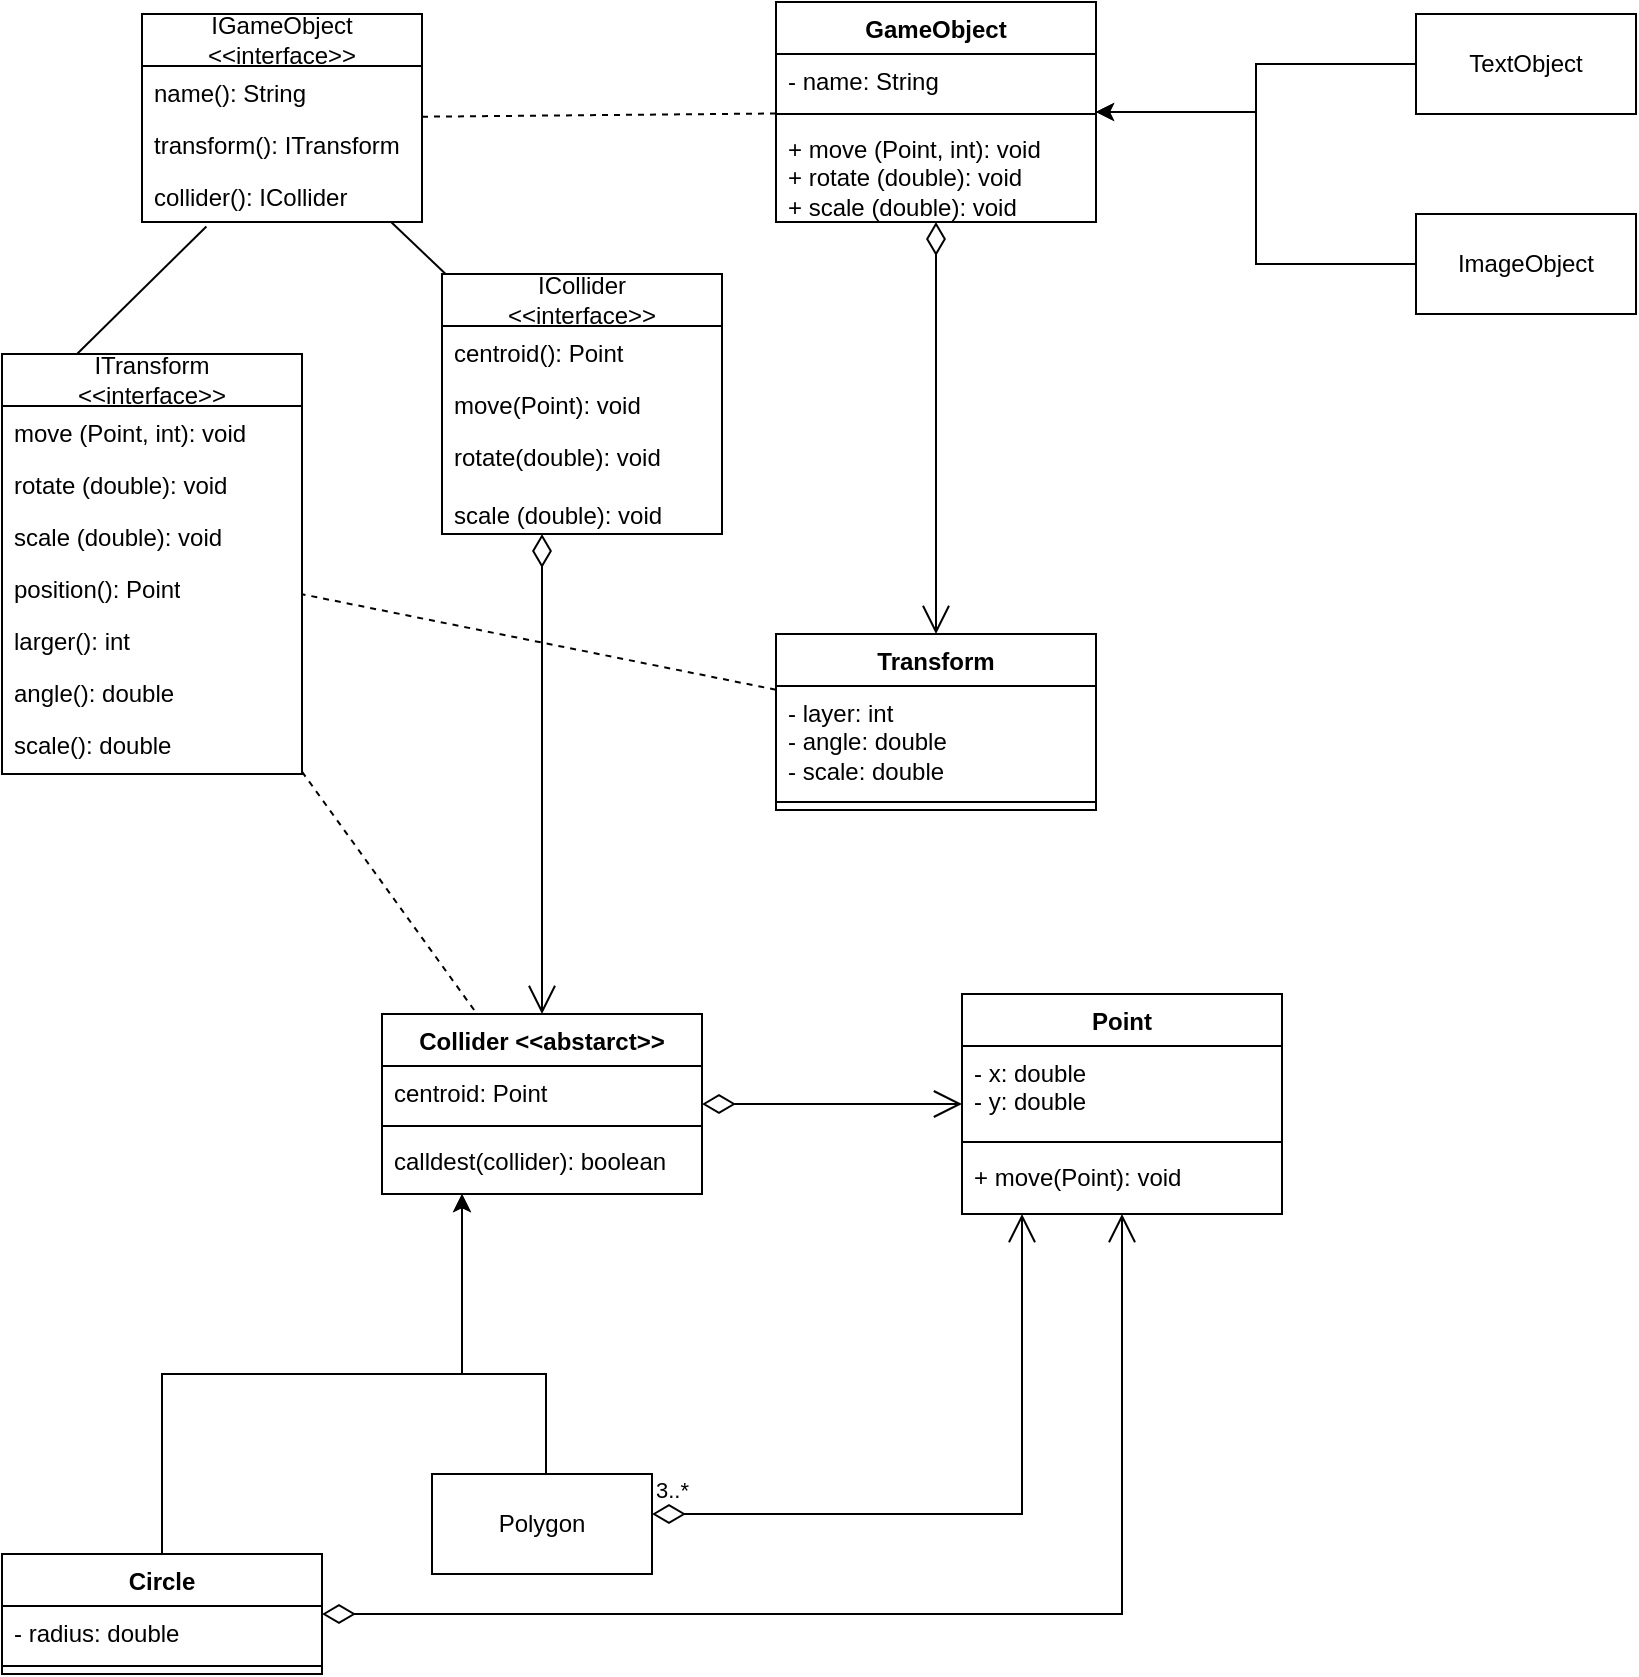
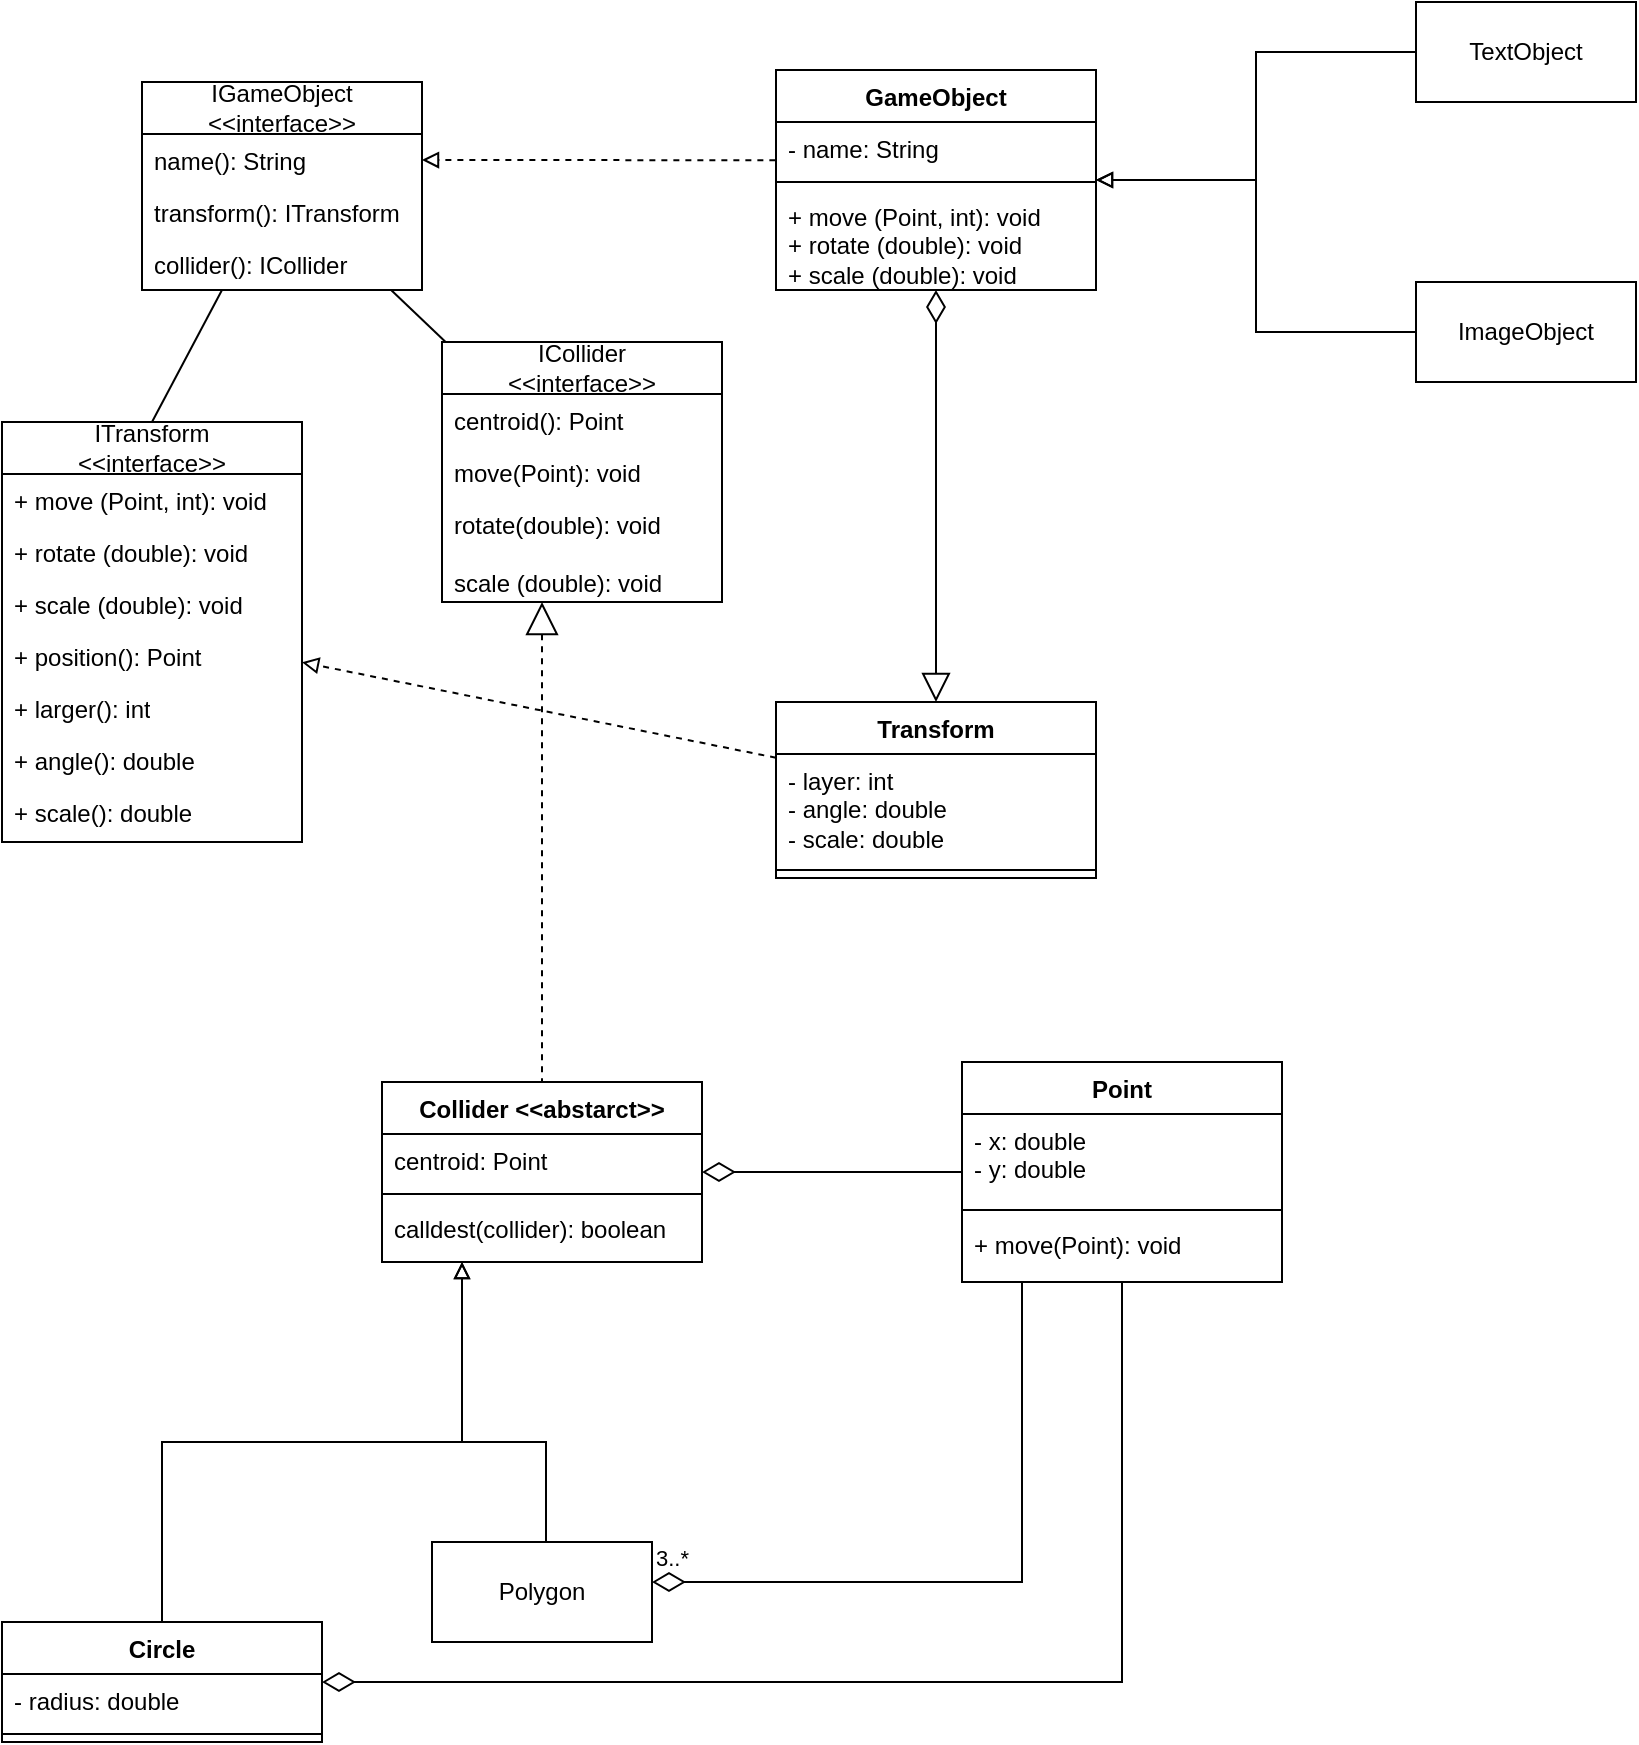
- <mxfile host="Electron" agent="Mozilla/5.0 (Windows NT 10.0; Win64; x64) AppleWebKit/537.36 (KHTML, like Gecko) draw.io/26.1.1 Chrome/132.0.6834.210 Electron/34.3.3 Safari/537.36" version="26.1.1">
+ <mxfile host="Electron" agent="Mozilla/5.0 (Windows NT 10.0; Win64; x64) AppleWebKit/537.36 (KHTML, like Gecko) draw.io/24.7.17 Chrome/128.0.6613.36 Electron/32.0.1 Safari/537.36" version="24.7.17">
  <diagram name="Página-1" id="ozrJAd1rfRzcVZ3zqUes">
-     <mxGraphModel dx="2100" dy="1242" grid="1" gridSize="10" guides="1" tooltips="1" connect="1" arrows="1" fold="1" page="1" pageScale="1" pageWidth="827" pageHeight="1169" math="0" shadow="0">
+     <mxGraphModel dx="1000" dy="1760" grid="1" gridSize="10" guides="1" tooltips="1" connect="1" arrows="1" fold="1" page="1" pageScale="1" pageWidth="827" pageHeight="1169" math="0" shadow="0">
      <root>
        <mxCell id="0" />
        <mxCell id="1" parent="0" />
-         <mxCell id="xWOYF9rLK-Gz1RhxJqcK-5" value="GameObject" style="swimlane;fontStyle=1;align=center;verticalAlign=top;childLayout=stackLayout;horizontal=1;startSize=26;horizontalStack=0;resizeParent=1;resizeParentMax=0;resizeLast=0;collapsible=1;marginBottom=0;whiteSpace=wrap;html=1;" vertex="1" parent="1">
+         <mxCell id="xWOYF9rLK-Gz1RhxJqcK-5" value="GameObject" style="swimlane;fontStyle=1;align=center;verticalAlign=top;childLayout=stackLayout;horizontal=1;startSize=26;horizontalStack=0;resizeParent=1;resizeParentMax=0;resizeLast=0;collapsible=1;marginBottom=0;whiteSpace=wrap;html=1;" parent="1" vertex="1">
          <mxGeometry x="397" y="4" width="160" height="110" as="geometry" />
        </mxCell>
-         <mxCell id="xWOYF9rLK-Gz1RhxJqcK-6" value="- name: String" style="text;strokeColor=none;fillColor=none;align=left;verticalAlign=top;spacingLeft=4;spacingRight=4;overflow=hidden;rotatable=0;points=[[0,0.5],[1,0.5]];portConstraint=eastwest;whiteSpace=wrap;html=1;" vertex="1" parent="xWOYF9rLK-Gz1RhxJqcK-5">
+         <mxCell id="xWOYF9rLK-Gz1RhxJqcK-6" value="- name: String" style="text;strokeColor=none;fillColor=none;align=left;verticalAlign=top;spacingLeft=4;spacingRight=4;overflow=hidden;rotatable=0;points=[[0,0.5],[1,0.5]];portConstraint=eastwest;whiteSpace=wrap;html=1;" parent="xWOYF9rLK-Gz1RhxJqcK-5" vertex="1">
          <mxGeometry y="26" width="160" height="26" as="geometry" />
        </mxCell>
-         <mxCell id="xWOYF9rLK-Gz1RhxJqcK-7" value="" style="line;strokeWidth=1;fillColor=none;align=left;verticalAlign=middle;spacingTop=-1;spacingLeft=3;spacingRight=3;rotatable=0;labelPosition=right;points=[];portConstraint=eastwest;strokeColor=inherit;" vertex="1" parent="xWOYF9rLK-Gz1RhxJqcK-5">
+         <mxCell id="xWOYF9rLK-Gz1RhxJqcK-7" value="" style="line;strokeWidth=1;fillColor=none;align=left;verticalAlign=middle;spacingTop=-1;spacingLeft=3;spacingRight=3;rotatable=0;labelPosition=right;points=[];portConstraint=eastwest;strokeColor=inherit;" parent="xWOYF9rLK-Gz1RhxJqcK-5" vertex="1">
          <mxGeometry y="52" width="160" height="8" as="geometry" />
        </mxCell>
-         <mxCell id="xWOYF9rLK-Gz1RhxJqcK-8" value="+ move (Point, int): void&lt;div&gt;+ rotate (double): void&lt;/div&gt;&lt;div&gt;+ scale (double): void&lt;/div&gt;" style="text;strokeColor=none;fillColor=none;align=left;verticalAlign=top;spacingLeft=4;spacingRight=4;overflow=hidden;rotatable=0;points=[[0,0.5],[1,0.5]];portConstraint=eastwest;whiteSpace=wrap;html=1;" vertex="1" parent="xWOYF9rLK-Gz1RhxJqcK-5">
+         <mxCell id="xWOYF9rLK-Gz1RhxJqcK-8" value="+ move (Point, int): void&lt;div&gt;+ rotate (double): void&lt;/div&gt;&lt;div&gt;+ scale (double): void&lt;/div&gt;" style="text;strokeColor=none;fillColor=none;align=left;verticalAlign=top;spacingLeft=4;spacingRight=4;overflow=hidden;rotatable=0;points=[[0,0.5],[1,0.5]];portConstraint=eastwest;whiteSpace=wrap;html=1;" parent="xWOYF9rLK-Gz1RhxJqcK-5" vertex="1">
          <mxGeometry y="60" width="160" height="50" as="geometry" />
        </mxCell>
-         <mxCell id="xWOYF9rLK-Gz1RhxJqcK-11" style="edgeStyle=orthogonalEdgeStyle;rounded=0;orthogonalLoop=1;jettySize=auto;html=1;" edge="1" parent="1" source="xWOYF9rLK-Gz1RhxJqcK-9" target="xWOYF9rLK-Gz1RhxJqcK-5">
+         <mxCell id="xWOYF9rLK-Gz1RhxJqcK-11" style="edgeStyle=orthogonalEdgeStyle;rounded=0;orthogonalLoop=1;jettySize=auto;html=1;endArrow=block;endFill=0;" parent="1" source="xWOYF9rLK-Gz1RhxJqcK-9" target="xWOYF9rLK-Gz1RhxJqcK-5" edge="1">
          <mxGeometry relative="1" as="geometry" />
        </mxCell>
-         <mxCell id="xWOYF9rLK-Gz1RhxJqcK-9" value="TextObject" style="html=1;whiteSpace=wrap;" vertex="1" parent="1">
-           <mxGeometry x="717" y="10" width="110" height="50" as="geometry" />
-         </mxCell>
-         <mxCell id="xWOYF9rLK-Gz1RhxJqcK-12" style="edgeStyle=orthogonalEdgeStyle;rounded=0;orthogonalLoop=1;jettySize=auto;html=1;" edge="1" parent="1" source="xWOYF9rLK-Gz1RhxJqcK-10" target="xWOYF9rLK-Gz1RhxJqcK-5">
+         <mxCell id="xWOYF9rLK-Gz1RhxJqcK-9" value="TextObject" style="html=1;whiteSpace=wrap;" parent="1" vertex="1">
+           <mxGeometry x="717" y="-30" width="110" height="50" as="geometry" />
+         </mxCell>
+         <mxCell id="xWOYF9rLK-Gz1RhxJqcK-12" style="edgeStyle=orthogonalEdgeStyle;rounded=0;orthogonalLoop=1;jettySize=auto;html=1;startArrow=none;startFill=0;endArrow=block;endFill=0;" parent="1" source="xWOYF9rLK-Gz1RhxJqcK-10" target="xWOYF9rLK-Gz1RhxJqcK-5" edge="1">
          <mxGeometry relative="1" as="geometry" />
        </mxCell>
-         <mxCell id="xWOYF9rLK-Gz1RhxJqcK-10" value="ImageObject" style="html=1;whiteSpace=wrap;" vertex="1" parent="1">
+         <mxCell id="xWOYF9rLK-Gz1RhxJqcK-10" value="ImageObject" style="html=1;whiteSpace=wrap;" parent="1" vertex="1">
          <mxGeometry x="717" y="110" width="110" height="50" as="geometry" />
        </mxCell>
-         <mxCell id="xWOYF9rLK-Gz1RhxJqcK-13" value="Collider&amp;nbsp;&lt;span style=&quot;background-color: transparent; color: light-dark(rgb(0, 0, 0), rgb(255, 255, 255));&quot;&gt;&amp;lt;&amp;lt;abstarct&amp;gt;&amp;gt;&lt;/span&gt;" style="swimlane;fontStyle=1;align=center;verticalAlign=top;childLayout=stackLayout;horizontal=1;startSize=26;horizontalStack=0;resizeParent=1;resizeParentMax=0;resizeLast=0;collapsible=1;marginBottom=0;whiteSpace=wrap;html=1;" vertex="1" parent="1">
+         <mxCell id="xWOYF9rLK-Gz1RhxJqcK-13" value="Collider&amp;nbsp;&lt;span style=&quot;background-color: transparent; color: light-dark(rgb(0, 0, 0), rgb(255, 255, 255));&quot;&gt;&amp;lt;&amp;lt;abstarct&amp;gt;&amp;gt;&lt;/span&gt;" style="swimlane;fontStyle=1;align=center;verticalAlign=top;childLayout=stackLayout;horizontal=1;startSize=26;horizontalStack=0;resizeParent=1;resizeParentMax=0;resizeLast=0;collapsible=1;marginBottom=0;whiteSpace=wrap;html=1;" parent="1" vertex="1">
          <mxGeometry x="200" y="510" width="160" height="90" as="geometry" />
        </mxCell>
-         <mxCell id="xWOYF9rLK-Gz1RhxJqcK-14" value="centroid: Point" style="text;strokeColor=none;fillColor=none;align=left;verticalAlign=top;spacingLeft=4;spacingRight=4;overflow=hidden;rotatable=0;points=[[0,0.5],[1,0.5]];portConstraint=eastwest;whiteSpace=wrap;html=1;" vertex="1" parent="xWOYF9rLK-Gz1RhxJqcK-13">
+         <mxCell id="xWOYF9rLK-Gz1RhxJqcK-14" value="centroid: Point" style="text;strokeColor=none;fillColor=none;align=left;verticalAlign=top;spacingLeft=4;spacingRight=4;overflow=hidden;rotatable=0;points=[[0,0.5],[1,0.5]];portConstraint=eastwest;whiteSpace=wrap;html=1;" parent="xWOYF9rLK-Gz1RhxJqcK-13" vertex="1">
          <mxGeometry y="26" width="160" height="26" as="geometry" />
        </mxCell>
-         <mxCell id="xWOYF9rLK-Gz1RhxJqcK-15" value="" style="line;strokeWidth=1;fillColor=none;align=left;verticalAlign=middle;spacingTop=-1;spacingLeft=3;spacingRight=3;rotatable=0;labelPosition=right;points=[];portConstraint=eastwest;strokeColor=inherit;" vertex="1" parent="xWOYF9rLK-Gz1RhxJqcK-13">
+         <mxCell id="xWOYF9rLK-Gz1RhxJqcK-15" value="" style="line;strokeWidth=1;fillColor=none;align=left;verticalAlign=middle;spacingTop=-1;spacingLeft=3;spacingRight=3;rotatable=0;labelPosition=right;points=[];portConstraint=eastwest;strokeColor=inherit;" parent="xWOYF9rLK-Gz1RhxJqcK-13" vertex="1">
          <mxGeometry y="52" width="160" height="8" as="geometry" />
        </mxCell>
-         <mxCell id="xWOYF9rLK-Gz1RhxJqcK-16" value="calldest(collider): boolean" style="text;strokeColor=none;fillColor=none;align=left;verticalAlign=top;spacingLeft=4;spacingRight=4;overflow=hidden;rotatable=0;points=[[0,0.5],[1,0.5]];portConstraint=eastwest;whiteSpace=wrap;html=1;" vertex="1" parent="xWOYF9rLK-Gz1RhxJqcK-13">
+         <mxCell id="xWOYF9rLK-Gz1RhxJqcK-16" value="calldest(collider): boolean" style="text;strokeColor=none;fillColor=none;align=left;verticalAlign=top;spacingLeft=4;spacingRight=4;overflow=hidden;rotatable=0;points=[[0,0.5],[1,0.5]];portConstraint=eastwest;whiteSpace=wrap;html=1;" parent="xWOYF9rLK-Gz1RhxJqcK-13" vertex="1">
          <mxGeometry y="60" width="160" height="30" as="geometry" />
        </mxCell>
-         <mxCell id="xWOYF9rLK-Gz1RhxJqcK-17" value="IGameObject&lt;br&gt;&amp;lt;&amp;lt;interface&amp;gt;&amp;gt;" style="swimlane;fontStyle=0;childLayout=stackLayout;horizontal=1;startSize=26;fillColor=none;horizontalStack=0;resizeParent=1;resizeParentMax=0;resizeLast=0;collapsible=1;marginBottom=0;whiteSpace=wrap;html=1;" vertex="1" parent="1">
+         <mxCell id="xWOYF9rLK-Gz1RhxJqcK-17" value="IGameObject&lt;br&gt;&amp;lt;&amp;lt;interface&amp;gt;&amp;gt;" style="swimlane;fontStyle=0;childLayout=stackLayout;horizontal=1;startSize=26;fillColor=none;horizontalStack=0;resizeParent=1;resizeParentMax=0;resizeLast=0;collapsible=1;marginBottom=0;whiteSpace=wrap;html=1;" parent="1" vertex="1">
          <mxGeometry x="80" y="10" width="140" height="104" as="geometry" />
        </mxCell>
-         <mxCell id="xWOYF9rLK-Gz1RhxJqcK-18" value="name(): String" style="text;strokeColor=none;fillColor=none;align=left;verticalAlign=top;spacingLeft=4;spacingRight=4;overflow=hidden;rotatable=0;points=[[0,0.5],[1,0.5]];portConstraint=eastwest;whiteSpace=wrap;html=1;" vertex="1" parent="xWOYF9rLK-Gz1RhxJqcK-17">
+         <mxCell id="xWOYF9rLK-Gz1RhxJqcK-18" value="name(): String" style="text;strokeColor=none;fillColor=none;align=left;verticalAlign=top;spacingLeft=4;spacingRight=4;overflow=hidden;rotatable=0;points=[[0,0.5],[1,0.5]];portConstraint=eastwest;whiteSpace=wrap;html=1;" parent="xWOYF9rLK-Gz1RhxJqcK-17" vertex="1">
          <mxGeometry y="26" width="140" height="26" as="geometry" />
        </mxCell>
-         <mxCell id="xWOYF9rLK-Gz1RhxJqcK-19" value="transform(): ITransform" style="text;strokeColor=none;fillColor=none;align=left;verticalAlign=top;spacingLeft=4;spacingRight=4;overflow=hidden;rotatable=0;points=[[0,0.5],[1,0.5]];portConstraint=eastwest;whiteSpace=wrap;html=1;" vertex="1" parent="xWOYF9rLK-Gz1RhxJqcK-17">
+         <mxCell id="xWOYF9rLK-Gz1RhxJqcK-19" value="transform(): ITransform" style="text;strokeColor=none;fillColor=none;align=left;verticalAlign=top;spacingLeft=4;spacingRight=4;overflow=hidden;rotatable=0;points=[[0,0.5],[1,0.5]];portConstraint=eastwest;whiteSpace=wrap;html=1;" parent="xWOYF9rLK-Gz1RhxJqcK-17" vertex="1">
          <mxGeometry y="52" width="140" height="26" as="geometry" />
        </mxCell>
-         <mxCell id="xWOYF9rLK-Gz1RhxJqcK-20" value="collider(): ICollider" style="text;strokeColor=none;fillColor=none;align=left;verticalAlign=top;spacingLeft=4;spacingRight=4;overflow=hidden;rotatable=0;points=[[0,0.5],[1,0.5]];portConstraint=eastwest;whiteSpace=wrap;html=1;" vertex="1" parent="xWOYF9rLK-Gz1RhxJqcK-17">
+         <mxCell id="xWOYF9rLK-Gz1RhxJqcK-20" value="collider(): ICollider" style="text;strokeColor=none;fillColor=none;align=left;verticalAlign=top;spacingLeft=4;spacingRight=4;overflow=hidden;rotatable=0;points=[[0,0.5],[1,0.5]];portConstraint=eastwest;whiteSpace=wrap;html=1;" parent="xWOYF9rLK-Gz1RhxJqcK-17" vertex="1">
          <mxGeometry y="78" width="140" height="26" as="geometry" />
        </mxCell>
-         <mxCell id="xWOYF9rLK-Gz1RhxJqcK-21" value="" style="endArrow=none;dashed=1;html=1;rounded=0;" edge="1" parent="1" source="xWOYF9rLK-Gz1RhxJqcK-5" target="xWOYF9rLK-Gz1RhxJqcK-17">
+         <mxCell id="xWOYF9rLK-Gz1RhxJqcK-21" value="" style="endArrow=block;dashed=1;html=1;rounded=0;startArrow=none;startFill=0;endFill=0;entryX=1;entryY=0.5;entryDx=0;entryDy=0;exitX=-0.002;exitY=0.735;exitDx=0;exitDy=0;exitPerimeter=0;" parent="1" source="xWOYF9rLK-Gz1RhxJqcK-6" target="xWOYF9rLK-Gz1RhxJqcK-18" edge="1">
          <mxGeometry width="50" height="50" relative="1" as="geometry">
            <mxPoint x="207" y="190" as="sourcePoint" />
            <mxPoint x="257" y="140" as="targetPoint" />
-           </mxGeometry>
-         </mxCell>
-         <mxCell id="xWOYF9rLK-Gz1RhxJqcK-30" value="" style="group" vertex="1" connectable="0" parent="1">
+             <Array as="points" />
+           </mxGeometry>
+         </mxCell>
+         <mxCell id="xWOYF9rLK-Gz1RhxJqcK-30" value="" style="group" parent="1" vertex="1" connectable="0">
          <mxGeometry x="10" y="180" width="150" height="210" as="geometry" />
        </mxCell>
-         <mxCell id="xWOYF9rLK-Gz1RhxJqcK-22" value="ITransform&lt;br&gt;&amp;lt;&amp;lt;interface&amp;gt;&amp;gt;" style="swimlane;fontStyle=0;childLayout=stackLayout;horizontal=1;startSize=26;fillColor=none;horizontalStack=0;resizeParent=1;resizeParentMax=0;resizeLast=0;collapsible=1;marginBottom=0;whiteSpace=wrap;html=1;" vertex="1" parent="xWOYF9rLK-Gz1RhxJqcK-30">
+         <mxCell id="xWOYF9rLK-Gz1RhxJqcK-22" value="ITransform&lt;br&gt;&amp;lt;&amp;lt;interface&amp;gt;&amp;gt;" style="swimlane;fontStyle=0;childLayout=stackLayout;horizontal=1;startSize=26;fillColor=none;horizontalStack=0;resizeParent=1;resizeParentMax=0;resizeLast=0;collapsible=1;marginBottom=0;whiteSpace=wrap;html=1;" parent="xWOYF9rLK-Gz1RhxJqcK-30" vertex="1">
          <mxGeometry width="150" height="210" as="geometry" />
        </mxCell>
-         <mxCell id="xWOYF9rLK-Gz1RhxJqcK-23" value="move (Point, int): void" style="text;strokeColor=none;fillColor=none;align=left;verticalAlign=top;spacingLeft=4;spacingRight=4;overflow=hidden;rotatable=0;points=[[0,0.5],[1,0.5]];portConstraint=eastwest;whiteSpace=wrap;html=1;" vertex="1" parent="xWOYF9rLK-Gz1RhxJqcK-22">
+         <mxCell id="xWOYF9rLK-Gz1RhxJqcK-23" value="+ move (Point, int): void" style="text;strokeColor=none;fillColor=none;align=left;verticalAlign=top;spacingLeft=4;spacingRight=4;overflow=hidden;rotatable=0;points=[[0,0.5],[1,0.5]];portConstraint=eastwest;whiteSpace=wrap;html=1;" parent="xWOYF9rLK-Gz1RhxJqcK-22" vertex="1">
          <mxGeometry y="26" width="150" height="26" as="geometry" />
        </mxCell>
-         <mxCell id="xWOYF9rLK-Gz1RhxJqcK-24" value="rotate (double): void" style="text;strokeColor=none;fillColor=none;align=left;verticalAlign=top;spacingLeft=4;spacingRight=4;overflow=hidden;rotatable=0;points=[[0,0.5],[1,0.5]];portConstraint=eastwest;whiteSpace=wrap;html=1;" vertex="1" parent="xWOYF9rLK-Gz1RhxJqcK-22">
+         <mxCell id="xWOYF9rLK-Gz1RhxJqcK-24" value="+ rotate (double): void" style="text;strokeColor=none;fillColor=none;align=left;verticalAlign=top;spacingLeft=4;spacingRight=4;overflow=hidden;rotatable=0;points=[[0,0.5],[1,0.5]];portConstraint=eastwest;whiteSpace=wrap;html=1;" parent="xWOYF9rLK-Gz1RhxJqcK-22" vertex="1">
          <mxGeometry y="52" width="150" height="26" as="geometry" />
        </mxCell>
-         <mxCell id="xWOYF9rLK-Gz1RhxJqcK-25" value="&lt;div&gt;scale (double): void&lt;/div&gt;" style="text;strokeColor=none;fillColor=none;align=left;verticalAlign=top;spacingLeft=4;spacingRight=4;overflow=hidden;rotatable=0;points=[[0,0.5],[1,0.5]];portConstraint=eastwest;whiteSpace=wrap;html=1;" vertex="1" parent="xWOYF9rLK-Gz1RhxJqcK-22">
+         <mxCell id="xWOYF9rLK-Gz1RhxJqcK-25" value="&lt;div&gt;+ scale (double): void&lt;/div&gt;" style="text;strokeColor=none;fillColor=none;align=left;verticalAlign=top;spacingLeft=4;spacingRight=4;overflow=hidden;rotatable=0;points=[[0,0.5],[1,0.5]];portConstraint=eastwest;whiteSpace=wrap;html=1;" parent="xWOYF9rLK-Gz1RhxJqcK-22" vertex="1">
          <mxGeometry y="78" width="150" height="132" as="geometry" />
        </mxCell>
-         <mxCell id="xWOYF9rLK-Gz1RhxJqcK-26" value="position(): Point" style="text;strokeColor=none;fillColor=none;align=left;verticalAlign=top;spacingLeft=4;spacingRight=4;overflow=hidden;rotatable=0;points=[[0,0.5],[1,0.5]];portConstraint=eastwest;whiteSpace=wrap;html=1;" vertex="1" parent="xWOYF9rLK-Gz1RhxJqcK-30">
+         <mxCell id="xWOYF9rLK-Gz1RhxJqcK-26" value="+ position(): Point" style="text;strokeColor=none;fillColor=none;align=left;verticalAlign=top;spacingLeft=4;spacingRight=4;overflow=hidden;rotatable=0;points=[[0,0.5],[1,0.5]];portConstraint=eastwest;whiteSpace=wrap;html=1;" parent="xWOYF9rLK-Gz1RhxJqcK-30" vertex="1">
          <mxGeometry y="104" width="150" height="26" as="geometry" />
        </mxCell>
-         <mxCell id="xWOYF9rLK-Gz1RhxJqcK-27" value="larger(): int" style="text;strokeColor=none;fillColor=none;align=left;verticalAlign=top;spacingLeft=4;spacingRight=4;overflow=hidden;rotatable=0;points=[[0,0.5],[1,0.5]];portConstraint=eastwest;whiteSpace=wrap;html=1;" vertex="1" parent="xWOYF9rLK-Gz1RhxJqcK-30">
+         <mxCell id="xWOYF9rLK-Gz1RhxJqcK-27" value="+ larger(): int" style="text;strokeColor=none;fillColor=none;align=left;verticalAlign=top;spacingLeft=4;spacingRight=4;overflow=hidden;rotatable=0;points=[[0,0.5],[1,0.5]];portConstraint=eastwest;whiteSpace=wrap;html=1;" parent="xWOYF9rLK-Gz1RhxJqcK-30" vertex="1">
          <mxGeometry y="130" width="150" height="26" as="geometry" />
        </mxCell>
-         <mxCell id="xWOYF9rLK-Gz1RhxJqcK-28" value="angle(): double" style="text;strokeColor=none;fillColor=none;align=left;verticalAlign=top;spacingLeft=4;spacingRight=4;overflow=hidden;rotatable=0;points=[[0,0.5],[1,0.5]];portConstraint=eastwest;whiteSpace=wrap;html=1;" vertex="1" parent="xWOYF9rLK-Gz1RhxJqcK-30">
+         <mxCell id="xWOYF9rLK-Gz1RhxJqcK-28" value="+ angle(): double" style="text;strokeColor=none;fillColor=none;align=left;verticalAlign=top;spacingLeft=4;spacingRight=4;overflow=hidden;rotatable=0;points=[[0,0.5],[1,0.5]];portConstraint=eastwest;whiteSpace=wrap;html=1;" parent="xWOYF9rLK-Gz1RhxJqcK-30" vertex="1">
          <mxGeometry y="156" width="150" height="26" as="geometry" />
        </mxCell>
-         <mxCell id="xWOYF9rLK-Gz1RhxJqcK-29" value="scale(): double" style="text;strokeColor=none;fillColor=none;align=left;verticalAlign=top;spacingLeft=4;spacingRight=4;overflow=hidden;rotatable=0;points=[[0,0.5],[1,0.5]];portConstraint=eastwest;whiteSpace=wrap;html=1;" vertex="1" parent="xWOYF9rLK-Gz1RhxJqcK-30">
+         <mxCell id="xWOYF9rLK-Gz1RhxJqcK-29" value="+ scale(): double" style="text;strokeColor=none;fillColor=none;align=left;verticalAlign=top;spacingLeft=4;spacingRight=4;overflow=hidden;rotatable=0;points=[[0,0.5],[1,0.5]];portConstraint=eastwest;whiteSpace=wrap;html=1;" parent="xWOYF9rLK-Gz1RhxJqcK-30" vertex="1">
          <mxGeometry y="182" width="150" height="26" as="geometry" />
        </mxCell>
-         <mxCell id="xWOYF9rLK-Gz1RhxJqcK-31" value="ICollider&lt;br&gt;&amp;lt;&amp;lt;interface&amp;gt;&amp;gt;" style="swimlane;fontStyle=0;childLayout=stackLayout;horizontal=1;startSize=26;fillColor=none;horizontalStack=0;resizeParent=1;resizeParentMax=0;resizeLast=0;collapsible=1;marginBottom=0;whiteSpace=wrap;html=1;" vertex="1" parent="1">
+         <mxCell id="xWOYF9rLK-Gz1RhxJqcK-31" value="ICollider&lt;br&gt;&amp;lt;&amp;lt;interface&amp;gt;&amp;gt;" style="swimlane;fontStyle=0;childLayout=stackLayout;horizontal=1;startSize=26;fillColor=none;horizontalStack=0;resizeParent=1;resizeParentMax=0;resizeLast=0;collapsible=1;marginBottom=0;whiteSpace=wrap;html=1;" parent="1" vertex="1">
          <mxGeometry x="230" y="140" width="140" height="130" as="geometry" />
        </mxCell>
-         <mxCell id="xWOYF9rLK-Gz1RhxJqcK-32" value="centroid(): Point" style="text;strokeColor=none;fillColor=none;align=left;verticalAlign=top;spacingLeft=4;spacingRight=4;overflow=hidden;rotatable=0;points=[[0,0.5],[1,0.5]];portConstraint=eastwest;whiteSpace=wrap;html=1;" vertex="1" parent="xWOYF9rLK-Gz1RhxJqcK-31">
+         <mxCell id="xWOYF9rLK-Gz1RhxJqcK-32" value="centroid(): Point" style="text;strokeColor=none;fillColor=none;align=left;verticalAlign=top;spacingLeft=4;spacingRight=4;overflow=hidden;rotatable=0;points=[[0,0.5],[1,0.5]];portConstraint=eastwest;whiteSpace=wrap;html=1;" parent="xWOYF9rLK-Gz1RhxJqcK-31" vertex="1">
          <mxGeometry y="26" width="140" height="26" as="geometry" />
        </mxCell>
-         <mxCell id="xWOYF9rLK-Gz1RhxJqcK-33" value="move(Point): void" style="text;strokeColor=none;fillColor=none;align=left;verticalAlign=top;spacingLeft=4;spacingRight=4;overflow=hidden;rotatable=0;points=[[0,0.5],[1,0.5]];portConstraint=eastwest;whiteSpace=wrap;html=1;" vertex="1" parent="xWOYF9rLK-Gz1RhxJqcK-31">
+         <mxCell id="xWOYF9rLK-Gz1RhxJqcK-33" value="move(Point): void" style="text;strokeColor=none;fillColor=none;align=left;verticalAlign=top;spacingLeft=4;spacingRight=4;overflow=hidden;rotatable=0;points=[[0,0.5],[1,0.5]];portConstraint=eastwest;whiteSpace=wrap;html=1;" parent="xWOYF9rLK-Gz1RhxJqcK-31" vertex="1">
          <mxGeometry y="52" width="140" height="26" as="geometry" />
        </mxCell>
-         <mxCell id="xWOYF9rLK-Gz1RhxJqcK-34" value="rotate(double): void&lt;div&gt;&lt;br&gt;&lt;div&gt;scale (double): void&lt;/div&gt;&lt;/div&gt;" style="text;strokeColor=none;fillColor=none;align=left;verticalAlign=top;spacingLeft=4;spacingRight=4;overflow=hidden;rotatable=0;points=[[0,0.5],[1,0.5]];portConstraint=eastwest;whiteSpace=wrap;html=1;" vertex="1" parent="xWOYF9rLK-Gz1RhxJqcK-31">
+         <mxCell id="xWOYF9rLK-Gz1RhxJqcK-34" value="rotate(double): void&lt;div&gt;&lt;br&gt;&lt;div&gt;scale (double): void&lt;/div&gt;&lt;/div&gt;" style="text;strokeColor=none;fillColor=none;align=left;verticalAlign=top;spacingLeft=4;spacingRight=4;overflow=hidden;rotatable=0;points=[[0,0.5],[1,0.5]];portConstraint=eastwest;whiteSpace=wrap;html=1;" parent="xWOYF9rLK-Gz1RhxJqcK-31" vertex="1">
          <mxGeometry y="78" width="140" height="52" as="geometry" />
        </mxCell>
-         <mxCell id="xWOYF9rLK-Gz1RhxJqcK-35" value="Transform" style="swimlane;fontStyle=1;align=center;verticalAlign=top;childLayout=stackLayout;horizontal=1;startSize=26;horizontalStack=0;resizeParent=1;resizeParentMax=0;resizeLast=0;collapsible=1;marginBottom=0;whiteSpace=wrap;html=1;" vertex="1" parent="1">
+         <mxCell id="xWOYF9rLK-Gz1RhxJqcK-35" value="Transform" style="swimlane;fontStyle=1;align=center;verticalAlign=top;childLayout=stackLayout;horizontal=1;startSize=26;horizontalStack=0;resizeParent=1;resizeParentMax=0;resizeLast=0;collapsible=1;marginBottom=0;whiteSpace=wrap;html=1;" parent="1" vertex="1">
          <mxGeometry x="397" y="320" width="160" height="88" as="geometry" />
        </mxCell>
-         <mxCell id="xWOYF9rLK-Gz1RhxJqcK-36" value="- layer: int&lt;br&gt;- angle: double&lt;div&gt;- scale: double&lt;/div&gt;" style="text;strokeColor=none;fillColor=none;align=left;verticalAlign=top;spacingLeft=4;spacingRight=4;overflow=hidden;rotatable=0;points=[[0,0.5],[1,0.5]];portConstraint=eastwest;whiteSpace=wrap;html=1;" vertex="1" parent="xWOYF9rLK-Gz1RhxJqcK-35">
+         <mxCell id="xWOYF9rLK-Gz1RhxJqcK-36" value="- layer: int&lt;br&gt;- angle: double&lt;div&gt;- scale: double&lt;/div&gt;" style="text;strokeColor=none;fillColor=none;align=left;verticalAlign=top;spacingLeft=4;spacingRight=4;overflow=hidden;rotatable=0;points=[[0,0.5],[1,0.5]];portConstraint=eastwest;whiteSpace=wrap;html=1;" parent="xWOYF9rLK-Gz1RhxJqcK-35" vertex="1">
          <mxGeometry y="26" width="160" height="54" as="geometry" />
        </mxCell>
-         <mxCell id="xWOYF9rLK-Gz1RhxJqcK-37" value="" style="line;strokeWidth=1;fillColor=none;align=left;verticalAlign=middle;spacingTop=-1;spacingLeft=3;spacingRight=3;rotatable=0;labelPosition=right;points=[];portConstraint=eastwest;strokeColor=inherit;" vertex="1" parent="xWOYF9rLK-Gz1RhxJqcK-35">
+         <mxCell id="xWOYF9rLK-Gz1RhxJqcK-37" value="" style="line;strokeWidth=1;fillColor=none;align=left;verticalAlign=middle;spacingTop=-1;spacingLeft=3;spacingRight=3;rotatable=0;labelPosition=right;points=[];portConstraint=eastwest;strokeColor=inherit;" parent="xWOYF9rLK-Gz1RhxJqcK-35" vertex="1">
          <mxGeometry y="80" width="160" height="8" as="geometry" />
        </mxCell>
-         <mxCell id="xWOYF9rLK-Gz1RhxJqcK-39" value="" style="endArrow=none;html=1;rounded=0;entryX=0.23;entryY=1.085;entryDx=0;entryDy=0;entryPerimeter=0;exitX=0.25;exitY=0;exitDx=0;exitDy=0;" edge="1" parent="1" source="xWOYF9rLK-Gz1RhxJqcK-22" target="xWOYF9rLK-Gz1RhxJqcK-20">
+         <mxCell id="xWOYF9rLK-Gz1RhxJqcK-39" value="" style="endArrow=none;html=1;rounded=0;exitX=0.5;exitY=0;exitDx=0;exitDy=0;" parent="1" source="xWOYF9rLK-Gz1RhxJqcK-22" edge="1">
          <mxGeometry width="50" height="50" relative="1" as="geometry">
            <mxPoint x="280" y="240" as="sourcePoint" />
-             <mxPoint x="330" y="190" as="targetPoint" />
-           </mxGeometry>
-         </mxCell>
-         <mxCell id="xWOYF9rLK-Gz1RhxJqcK-40" value="" style="endArrow=none;dashed=1;html=1;rounded=0;" edge="1" parent="1" source="xWOYF9rLK-Gz1RhxJqcK-35" target="xWOYF9rLK-Gz1RhxJqcK-22">
+             <mxPoint x="120" y="114" as="targetPoint" />
+           </mxGeometry>
+         </mxCell>
+         <mxCell id="xWOYF9rLK-Gz1RhxJqcK-40" value="" style="endArrow=block;dashed=1;html=1;rounded=0;startArrow=none;startFill=0;endFill=0;" parent="1" source="xWOYF9rLK-Gz1RhxJqcK-35" target="xWOYF9rLK-Gz1RhxJqcK-22" edge="1">
          <mxGeometry width="50" height="50" relative="1" as="geometry">
            <mxPoint x="510" y="250" as="sourcePoint" />
            <mxPoint x="370" y="251" as="targetPoint" />
          </mxGeometry>
        </mxCell>
-         <mxCell id="xWOYF9rLK-Gz1RhxJqcK-41" value="" style="endArrow=none;html=1;rounded=0;" edge="1" parent="1" source="xWOYF9rLK-Gz1RhxJqcK-31" target="xWOYF9rLK-Gz1RhxJqcK-17">
+         <mxCell id="xWOYF9rLK-Gz1RhxJqcK-41" value="" style="endArrow=none;html=1;rounded=0;" parent="1" source="xWOYF9rLK-Gz1RhxJqcK-31" target="xWOYF9rLK-Gz1RhxJqcK-17" edge="1">
          <mxGeometry width="50" height="50" relative="1" as="geometry">
            <mxPoint x="58" y="190" as="sourcePoint" />
            <mxPoint x="122" y="126" as="targetPoint" />
          </mxGeometry>
        </mxCell>
-         <mxCell id="xWOYF9rLK-Gz1RhxJqcK-42" value="" style="endArrow=open;html=1;endSize=12;startArrow=diamondThin;startSize=14;startFill=0;edgeStyle=orthogonalEdgeStyle;align=left;verticalAlign=bottom;rounded=0;" edge="1" parent="1" source="xWOYF9rLK-Gz1RhxJqcK-5" target="xWOYF9rLK-Gz1RhxJqcK-35">
+         <mxCell id="xWOYF9rLK-Gz1RhxJqcK-42" value="" style="endArrow=block;html=1;endSize=12;startArrow=diamondThin;startSize=14;startFill=0;edgeStyle=orthogonalEdgeStyle;align=left;verticalAlign=bottom;rounded=0;endFill=0;" parent="1" source="xWOYF9rLK-Gz1RhxJqcK-5" target="xWOYF9rLK-Gz1RhxJqcK-35" edge="1">
          <mxGeometry x="-1" y="3" relative="1" as="geometry">
            <mxPoint x="450" y="200" as="sourcePoint" />
            <mxPoint x="610" y="200" as="targetPoint" />
          </mxGeometry>
        </mxCell>
-         <mxCell id="xWOYF9rLK-Gz1RhxJqcK-43" value="" style="endArrow=open;html=1;endSize=12;startArrow=diamondThin;startSize=14;startFill=0;edgeStyle=orthogonalEdgeStyle;align=left;verticalAlign=bottom;rounded=0;" edge="1" parent="1" source="xWOYF9rLK-Gz1RhxJqcK-47" target="xWOYF9rLK-Gz1RhxJqcK-51">
+         <mxCell id="xWOYF9rLK-Gz1RhxJqcK-43" value="" style="endArrow=none;html=1;endSize=12;startArrow=diamondThin;startSize=14;startFill=0;edgeStyle=orthogonalEdgeStyle;align=left;verticalAlign=bottom;rounded=0;endFill=0;" parent="1" source="xWOYF9rLK-Gz1RhxJqcK-47" target="xWOYF9rLK-Gz1RhxJqcK-51" edge="1">
          <mxGeometry x="-1" y="3" relative="1" as="geometry">
            <mxPoint x="480" y="810" as="sourcePoint" />
            <mxPoint x="640" y="810" as="targetPoint" />
          </mxGeometry>
        </mxCell>
-         <mxCell id="xWOYF9rLK-Gz1RhxJqcK-44" value="" style="endArrow=none;dashed=1;html=1;rounded=0;" edge="1" parent="1" source="xWOYF9rLK-Gz1RhxJqcK-22" target="xWOYF9rLK-Gz1RhxJqcK-13">
-           <mxGeometry width="50" height="50" relative="1" as="geometry">
-             <mxPoint x="337" y="485" as="sourcePoint" />
-             <mxPoint x="100" y="480" as="targetPoint" />
-           </mxGeometry>
-         </mxCell>
-         <mxCell id="xWOYF9rLK-Gz1RhxJqcK-45" value="" style="endArrow=open;html=1;endSize=12;startArrow=diamondThin;startSize=14;startFill=0;edgeStyle=orthogonalEdgeStyle;align=left;verticalAlign=bottom;rounded=0;" edge="1" parent="1" source="xWOYF9rLK-Gz1RhxJqcK-13" target="xWOYF9rLK-Gz1RhxJqcK-51">
+         <mxCell id="xWOYF9rLK-Gz1RhxJqcK-45" value="" style="endArrow=none;html=1;endSize=12;startArrow=diamondThin;startSize=14;startFill=0;edgeStyle=orthogonalEdgeStyle;align=left;verticalAlign=bottom;rounded=0;endFill=0;" parent="1" source="xWOYF9rLK-Gz1RhxJqcK-13" target="xWOYF9rLK-Gz1RhxJqcK-51" edge="1">
          <mxGeometry x="-1" y="3" relative="1" as="geometry">
            <mxPoint x="300" y="614.5" as="sourcePoint" />
            <mxPoint x="460" y="614.5" as="targetPoint" />
          </mxGeometry>
        </mxCell>
-         <mxCell id="xWOYF9rLK-Gz1RhxJqcK-47" value="Circle" style="swimlane;fontStyle=1;align=center;verticalAlign=top;childLayout=stackLayout;horizontal=1;startSize=26;horizontalStack=0;resizeParent=1;resizeParentMax=0;resizeLast=0;collapsible=1;marginBottom=0;whiteSpace=wrap;html=1;" vertex="1" parent="1">
+         <mxCell id="xWOYF9rLK-Gz1RhxJqcK-47" value="Circle" style="swimlane;fontStyle=1;align=center;verticalAlign=top;childLayout=stackLayout;horizontal=1;startSize=26;horizontalStack=0;resizeParent=1;resizeParentMax=0;resizeLast=0;collapsible=1;marginBottom=0;whiteSpace=wrap;html=1;" parent="1" vertex="1">
          <mxGeometry x="10" y="780" width="160" height="60" as="geometry" />
        </mxCell>
-         <mxCell id="xWOYF9rLK-Gz1RhxJqcK-48" value="- radius: double" style="text;strokeColor=none;fillColor=none;align=left;verticalAlign=top;spacingLeft=4;spacingRight=4;overflow=hidden;rotatable=0;points=[[0,0.5],[1,0.5]];portConstraint=eastwest;whiteSpace=wrap;html=1;" vertex="1" parent="xWOYF9rLK-Gz1RhxJqcK-47">
+         <mxCell id="xWOYF9rLK-Gz1RhxJqcK-48" value="- radius: double" style="text;strokeColor=none;fillColor=none;align=left;verticalAlign=top;spacingLeft=4;spacingRight=4;overflow=hidden;rotatable=0;points=[[0,0.5],[1,0.5]];portConstraint=eastwest;whiteSpace=wrap;html=1;" parent="xWOYF9rLK-Gz1RhxJqcK-47" vertex="1">
          <mxGeometry y="26" width="160" height="26" as="geometry" />
        </mxCell>
-         <mxCell id="xWOYF9rLK-Gz1RhxJqcK-49" value="" style="line;strokeWidth=1;fillColor=none;align=left;verticalAlign=middle;spacingTop=-1;spacingLeft=3;spacingRight=3;rotatable=0;labelPosition=right;points=[];portConstraint=eastwest;strokeColor=inherit;" vertex="1" parent="xWOYF9rLK-Gz1RhxJqcK-47">
+         <mxCell id="xWOYF9rLK-Gz1RhxJqcK-49" value="" style="line;strokeWidth=1;fillColor=none;align=left;verticalAlign=middle;spacingTop=-1;spacingLeft=3;spacingRight=3;rotatable=0;labelPosition=right;points=[];portConstraint=eastwest;strokeColor=inherit;" parent="xWOYF9rLK-Gz1RhxJqcK-47" vertex="1">
          <mxGeometry y="52" width="160" height="8" as="geometry" />
        </mxCell>
-         <mxCell id="xWOYF9rLK-Gz1RhxJqcK-51" value="Point" style="swimlane;fontStyle=1;align=center;verticalAlign=top;childLayout=stackLayout;horizontal=1;startSize=26;horizontalStack=0;resizeParent=1;resizeParentMax=0;resizeLast=0;collapsible=1;marginBottom=0;whiteSpace=wrap;html=1;" vertex="1" parent="1">
+         <mxCell id="xWOYF9rLK-Gz1RhxJqcK-51" value="Point" style="swimlane;fontStyle=1;align=center;verticalAlign=top;childLayout=stackLayout;horizontal=1;startSize=26;horizontalStack=0;resizeParent=1;resizeParentMax=0;resizeLast=0;collapsible=1;marginBottom=0;whiteSpace=wrap;html=1;" parent="1" vertex="1">
          <mxGeometry x="490" y="500" width="160" height="110" as="geometry" />
        </mxCell>
-         <mxCell id="xWOYF9rLK-Gz1RhxJqcK-52" value="- x: double&lt;br&gt;- y: double" style="text;strokeColor=none;fillColor=none;align=left;verticalAlign=top;spacingLeft=4;spacingRight=4;overflow=hidden;rotatable=0;points=[[0,0.5],[1,0.5]];portConstraint=eastwest;whiteSpace=wrap;html=1;" vertex="1" parent="xWOYF9rLK-Gz1RhxJqcK-51">
+         <mxCell id="xWOYF9rLK-Gz1RhxJqcK-52" value="- x: double&lt;br&gt;- y: double" style="text;strokeColor=none;fillColor=none;align=left;verticalAlign=top;spacingLeft=4;spacingRight=4;overflow=hidden;rotatable=0;points=[[0,0.5],[1,0.5]];portConstraint=eastwest;whiteSpace=wrap;html=1;" parent="xWOYF9rLK-Gz1RhxJqcK-51" vertex="1">
          <mxGeometry y="26" width="160" height="44" as="geometry" />
        </mxCell>
-         <mxCell id="xWOYF9rLK-Gz1RhxJqcK-53" value="" style="line;strokeWidth=1;fillColor=none;align=left;verticalAlign=middle;spacingTop=-1;spacingLeft=3;spacingRight=3;rotatable=0;labelPosition=right;points=[];portConstraint=eastwest;strokeColor=inherit;" vertex="1" parent="xWOYF9rLK-Gz1RhxJqcK-51">
+         <mxCell id="xWOYF9rLK-Gz1RhxJqcK-53" value="" style="line;strokeWidth=1;fillColor=none;align=left;verticalAlign=middle;spacingTop=-1;spacingLeft=3;spacingRight=3;rotatable=0;labelPosition=right;points=[];portConstraint=eastwest;strokeColor=inherit;" parent="xWOYF9rLK-Gz1RhxJqcK-51" vertex="1">
          <mxGeometry y="70" width="160" height="8" as="geometry" />
        </mxCell>
-         <mxCell id="xWOYF9rLK-Gz1RhxJqcK-54" value="+ move(Point): void" style="text;strokeColor=none;fillColor=none;align=left;verticalAlign=top;spacingLeft=4;spacingRight=4;overflow=hidden;rotatable=0;points=[[0,0.5],[1,0.5]];portConstraint=eastwest;whiteSpace=wrap;html=1;" vertex="1" parent="xWOYF9rLK-Gz1RhxJqcK-51">
+         <mxCell id="xWOYF9rLK-Gz1RhxJqcK-54" value="+ move(Point): void" style="text;strokeColor=none;fillColor=none;align=left;verticalAlign=top;spacingLeft=4;spacingRight=4;overflow=hidden;rotatable=0;points=[[0,0.5],[1,0.5]];portConstraint=eastwest;whiteSpace=wrap;html=1;" parent="xWOYF9rLK-Gz1RhxJqcK-51" vertex="1">
          <mxGeometry y="78" width="160" height="32" as="geometry" />
        </mxCell>
-         <mxCell id="xWOYF9rLK-Gz1RhxJqcK-58" value="Polygon" style="html=1;whiteSpace=wrap;" vertex="1" parent="1">
+         <mxCell id="xWOYF9rLK-Gz1RhxJqcK-58" value="Polygon" style="html=1;whiteSpace=wrap;" parent="1" vertex="1">
          <mxGeometry x="225" y="740" width="110" height="50" as="geometry" />
        </mxCell>
-         <mxCell id="xWOYF9rLK-Gz1RhxJqcK-59" value="3..*" style="endArrow=open;html=1;endSize=12;startArrow=diamondThin;startSize=14;startFill=0;edgeStyle=orthogonalEdgeStyle;align=left;verticalAlign=bottom;rounded=0;" edge="1" parent="1" source="xWOYF9rLK-Gz1RhxJqcK-58" target="xWOYF9rLK-Gz1RhxJqcK-51">
+         <mxCell id="xWOYF9rLK-Gz1RhxJqcK-59" value="3..*" style="endArrow=none;html=1;endSize=12;startArrow=diamondThin;startSize=14;startFill=0;edgeStyle=orthogonalEdgeStyle;align=left;verticalAlign=bottom;rounded=0;endFill=0;" parent="1" source="xWOYF9rLK-Gz1RhxJqcK-58" target="xWOYF9rLK-Gz1RhxJqcK-51" edge="1">
          <mxGeometry x="-1" y="3" relative="1" as="geometry">
            <mxPoint x="370" y="870" as="sourcePoint" />
            <mxPoint x="810" y="820" as="targetPoint" />
            <Array as="points">
              <mxPoint x="520" y="760" />
            </Array>
          </mxGeometry>
        </mxCell>
-         <mxCell id="xWOYF9rLK-Gz1RhxJqcK-61" value="" style="group" vertex="1" connectable="0" parent="1">
+         <mxCell id="xWOYF9rLK-Gz1RhxJqcK-61" value="" style="group" parent="1" vertex="1" connectable="0">
          <mxGeometry x="90" y="690" width="192" as="geometry" />
        </mxCell>
-         <mxCell id="xWOYF9rLK-Gz1RhxJqcK-56" style="edgeStyle=orthogonalEdgeStyle;rounded=0;orthogonalLoop=1;jettySize=auto;html=1;" edge="1" parent="xWOYF9rLK-Gz1RhxJqcK-61" source="xWOYF9rLK-Gz1RhxJqcK-47" target="xWOYF9rLK-Gz1RhxJqcK-13">
+         <mxCell id="xWOYF9rLK-Gz1RhxJqcK-56" style="edgeStyle=orthogonalEdgeStyle;rounded=0;orthogonalLoop=1;jettySize=auto;html=1;endArrow=block;endFill=0;" parent="xWOYF9rLK-Gz1RhxJqcK-61" source="xWOYF9rLK-Gz1RhxJqcK-47" target="xWOYF9rLK-Gz1RhxJqcK-13" edge="1">
          <mxGeometry relative="1" as="geometry">
            <mxPoint x="-15" y="70" as="sourcePoint" />
            <Array as="points">
              <mxPoint />
              <mxPoint x="150" />
            </Array>
          </mxGeometry>
        </mxCell>
-         <mxCell id="xWOYF9rLK-Gz1RhxJqcK-57" style="edgeStyle=orthogonalEdgeStyle;rounded=0;orthogonalLoop=1;jettySize=auto;html=1;" edge="1" parent="xWOYF9rLK-Gz1RhxJqcK-61" source="xWOYF9rLK-Gz1RhxJqcK-58" target="xWOYF9rLK-Gz1RhxJqcK-13">
+         <mxCell id="xWOYF9rLK-Gz1RhxJqcK-57" style="edgeStyle=orthogonalEdgeStyle;rounded=0;orthogonalLoop=1;jettySize=auto;html=1;endArrow=block;endFill=0;" parent="xWOYF9rLK-Gz1RhxJqcK-61" source="xWOYF9rLK-Gz1RhxJqcK-58" target="xWOYF9rLK-Gz1RhxJqcK-13" edge="1">
          <mxGeometry relative="1" as="geometry">
            <mxPoint x="192" y="50" as="sourcePoint" />
            <Array as="points">
              <mxPoint x="192" />
              <mxPoint x="150" />
            </Array>
          </mxGeometry>
        </mxCell>
-         <mxCell id="xWOYF9rLK-Gz1RhxJqcK-62" value="" style="endArrow=open;html=1;endSize=12;startArrow=diamondThin;startSize=14;startFill=0;edgeStyle=orthogonalEdgeStyle;align=left;verticalAlign=bottom;rounded=0;" edge="1" parent="1" source="xWOYF9rLK-Gz1RhxJqcK-31" target="xWOYF9rLK-Gz1RhxJqcK-13">
+         <mxCell id="xWOYF9rLK-Gz1RhxJqcK-62" value="" style="endArrow=none;html=1;endSize=12;startArrow=block;startSize=14;startFill=0;edgeStyle=orthogonalEdgeStyle;align=left;verticalAlign=bottom;rounded=0;endFill=0;dashed=1;" parent="1" source="xWOYF9rLK-Gz1RhxJqcK-31" target="xWOYF9rLK-Gz1RhxJqcK-13" edge="1">
          <mxGeometry x="-1" y="3" relative="1" as="geometry">
            <mxPoint x="284" y="410" as="sourcePoint" />
            <mxPoint x="414" y="410" as="targetPoint" />
            <Array as="points">
              <mxPoint x="280" y="330" />
              <mxPoint x="280" y="330" />
            </Array>
          </mxGeometry>
        </mxCell>
      </root>
    </mxGraphModel>
  </diagram>
</mxfile>
